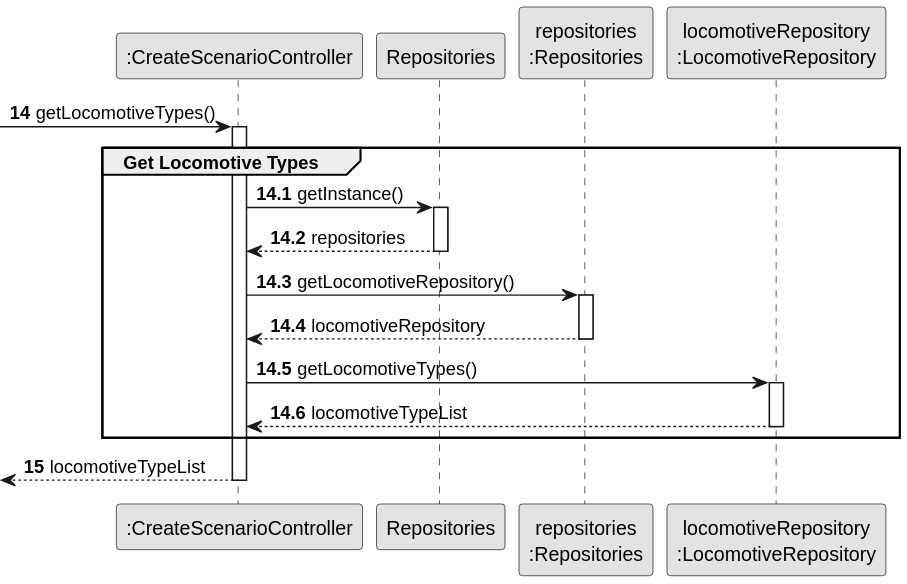
The PlantUML diagram docs/system-documentation/Sprint 2/US04/03.design/svg/US04-SD-partial-get-locomotive-types.svg in HenriqueSilva18/Railway-Network-Simulator, before a commit.
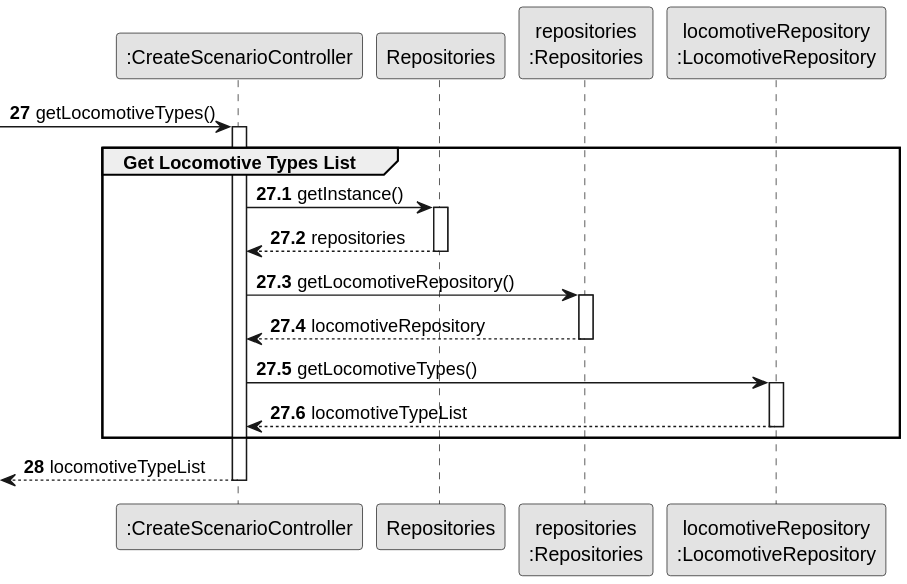
The same diagram one commit later.

The edit, as a diff of the source:
```diff
@@ -3,18 +3,17 @@
 skinparam packageStyle rectangle
 skinparam shadowing false
 
-autonumber
-
 participant ":CreateScenarioController" as CTRL
 participant "Repositories" as REPOS
 participant "repositories\n:Repositories" as REPOS_SINGLETON
-participant "locomotiveRepository\n:LocomotiveRepository" as LOCOMOTIVE_REPO
+participant "locomotiveRepository\n:LocomotiveRepository" as LOCO_REPO
 
-autonumber 14
+autonumber 27
 -> CTRL : getLocomotiveTypes()
-autonumber 14.1
+
+autonumber 27.1
 activate CTRL
-    group Get Locomotive Types
+    group Get Locomotive Types List
         CTRL -> REPOS : getInstance()
         activate REPOS
             REPOS --> CTRL: repositories
@@ -25,13 +24,13 @@
             REPOS_SINGLETON --> CTRL: locomotiveRepository
         deactivate REPOS_SINGLETON
 
-        CTRL -> LOCOMOTIVE_REPO : getLocomotiveTypes()
-        activate LOCOMOTIVE_REPO
-            LOCOMOTIVE_REPO --> CTRL : locomotiveTypeList
-        deactivate LOCOMOTIVE_REPO
+        CTRL -> LOCO_REPO : getLocomotiveTypes()
+        activate LOCO_REPO
+            LOCO_REPO --> CTRL : locomotiveTypeList
+        deactivate LOCO_REPO
     end
 
-    autonumber 15
+    autonumber 28
     <-- CTRL : locomotiveTypeList
 deactivate CTRL
 @enduml
```
